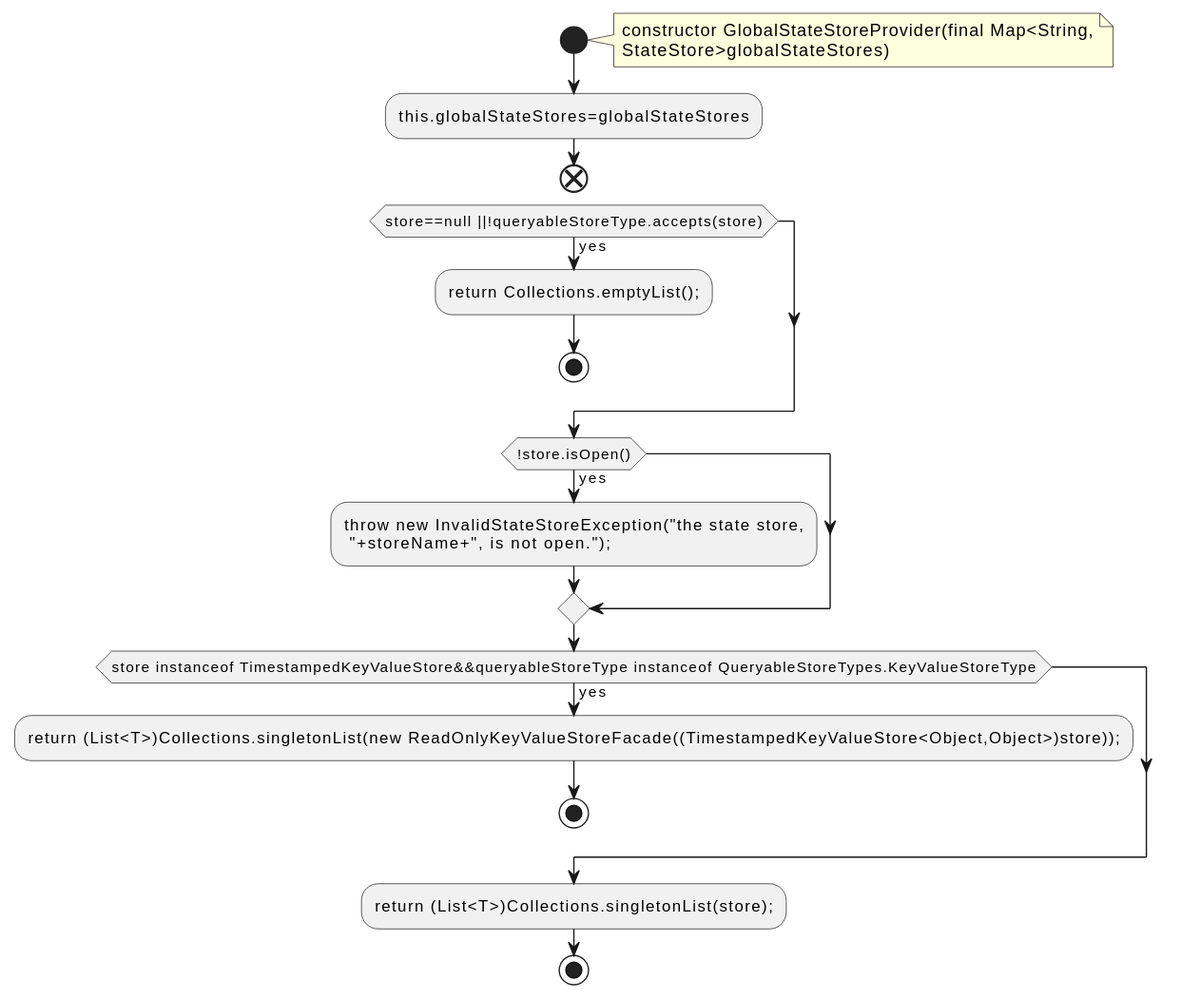
The PlantUML diagram docs/qc/streams/src/main/java/org/apache/kafka/streams/state/internals/GlobalStateStoreProvider.java.fct.svg in qualitesys/kafka, before a commit.
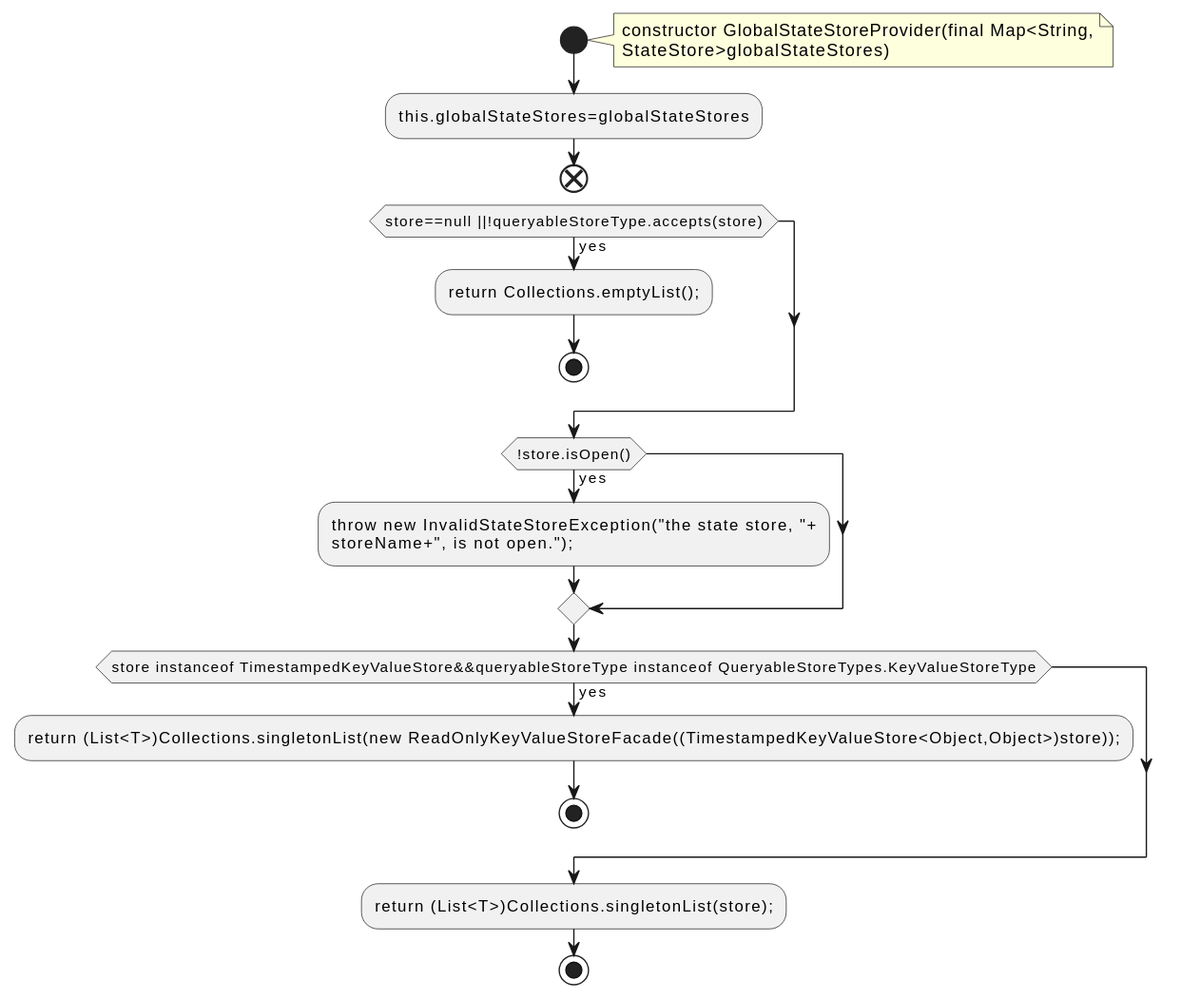
Later version of the same file.

The edit, as a diff of the source:
```diff
@@ -12,8 +12,8 @@
 stop
 endif
 if (!store.isOpen()) then (yes)
-:throw new InvalidStateStoreException("the state store,
- "+storeName+", is not open.");;
+:throw new InvalidStateStoreException("the state store, "+
+storeName+", is not open.");;
 endif
 if (store instanceof TimestampedKeyValueStore&&queryableStoreType instanceof QueryableStoreTypes.KeyValueStoreType) then (yes)
 :return (List<T>)Collections.singletonList(new ReadOnlyKeyValueStoreFacade((TimestampedKeyValueStore<Object,Object>)store));;
```
